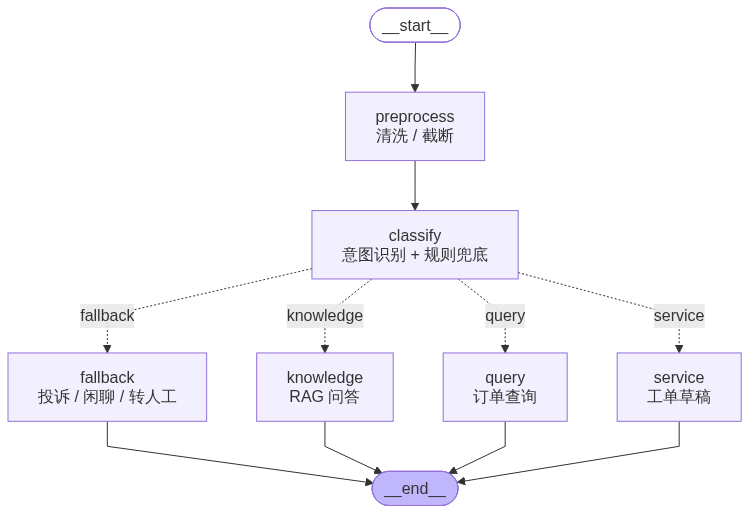
Before: docs/graph.png, a diagram exported from Mermaid (II777II/qa-ticket-agent). Its source is kept beside it as docs/graph.mmd.
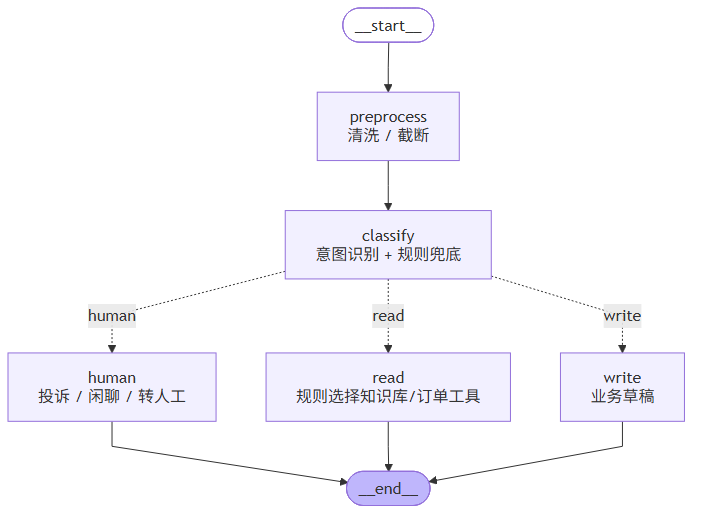
After the commit.

The edit, as a diff of the source:
```diff
@@ -7,21 +7,18 @@
 	__start__([<p>__start__</p>]):::first
 	preprocess["preprocess<br/>清洗 / 截断"]
 	classify["classify<br/>意图识别 + 规则兜底"]
-	knowledge["knowledge<br/>RAG 问答"]
-	query["query<br/>订单查询"]
-	service["service<br/>工单草稿"]
-	fallback["fallback<br/>投诉 / 闲聊 / 转人工"]
+	read["read<br/>规则选择知识库/订单工具"]
+	write["write<br/>业务草稿"]
+	human["human<br/>投诉 / 闲聊 / 转人工"]
 	__end__([<p>__end__</p>]):::last
 	__start__ --> preprocess;
-	classify -.->|fallback| fallback;
-	classify -.->|knowledge| knowledge;
-	classify -.->|query| query;
-	classify -.->|service| service;
+	classify -.->|human| human;
+	classify -.->|read| read;
+	classify -.->|write| write;
 	preprocess --> classify;
-	fallback --> __end__;
-	knowledge --> __end__;
-	query --> __end__;
-	service --> __end__;
+	human --> __end__;
+	read --> __end__;
+	write --> __end__;
 	classDef default fill:#f2f0ff,line-height:1.2
 	classDef first fill-opacity:0
 	classDef last fill:#bfb6fc
```
